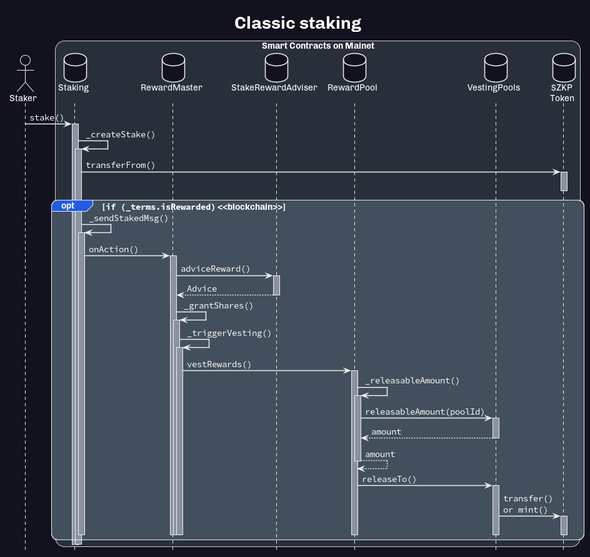
Above: docs/classic-staking.png in pantherprotocol/panther-core (PlantUML), before the change.
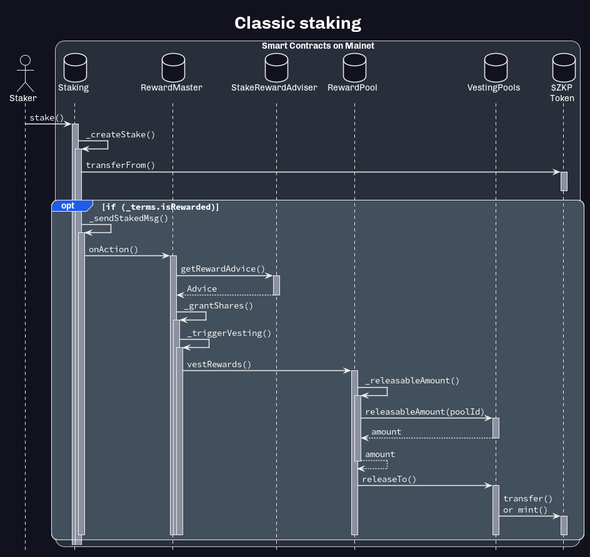
The same diagram one commit later.

Commit message:
improve classic-staking diagram

Change to the diagram source:
```diff
@@ -1,6 +1,7 @@
 @startuml
 
 title **Classic staking**
+
 
 <style>
 </style>
@@ -21,10 +22,10 @@
   Staking -> Staking ++ : ""_createStake()""
     Staking -> ZKP ++ : ""transferFrom()""
     deactivate
-    opt ""if (_terms.isRewarded)"" <<blockchain>>
+    opt ""if (_terms.isRewarded)""
       Staking -> Staking ++ : ""_sendStakedMsg()""
         Staking -> rMaster ++ : ""onAction()""
-          rMaster -> adviser ++ : ""adviceReward()""
+          rMaster -> adviser ++ : ""getRewardAdvice()""
           return ""Advice""
           rMaster -> rMaster ++ : ""_grantShares()""
             rMaster -> rMaster ++ : ""_triggerVesting()""
@@ -43,5 +44,4 @@
         deactivate
       deactivate
     end
-  deactivate
 @enduml
```
